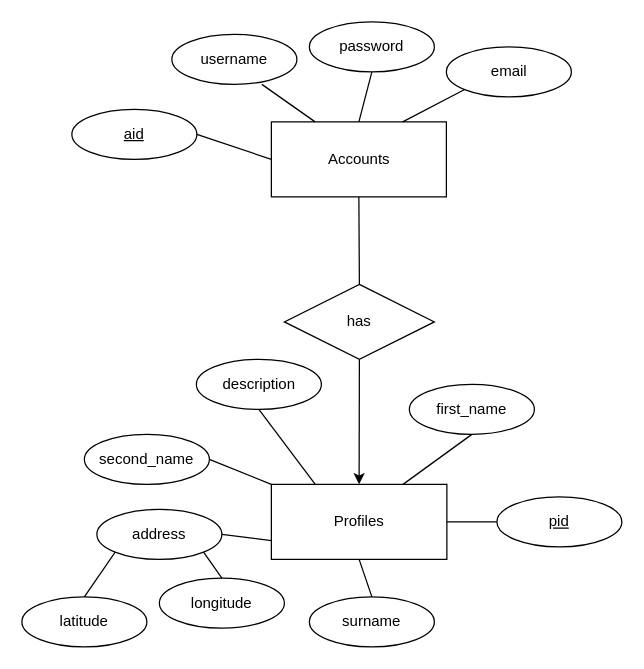
Above: resources/social-network/subsystems/users/users-er-scheme-db.drawio in franciscosbf/SocialNetwork (draw.io), before the change. Source tidied: cells renumbered, new cells numbered last; positions are measured from the earlier drawing's top-left corner, leaving out a move shared by most shapes. Both pictures are drawn from the tidied source at 125%, with x=0, y=0 at pixel (21, 21).
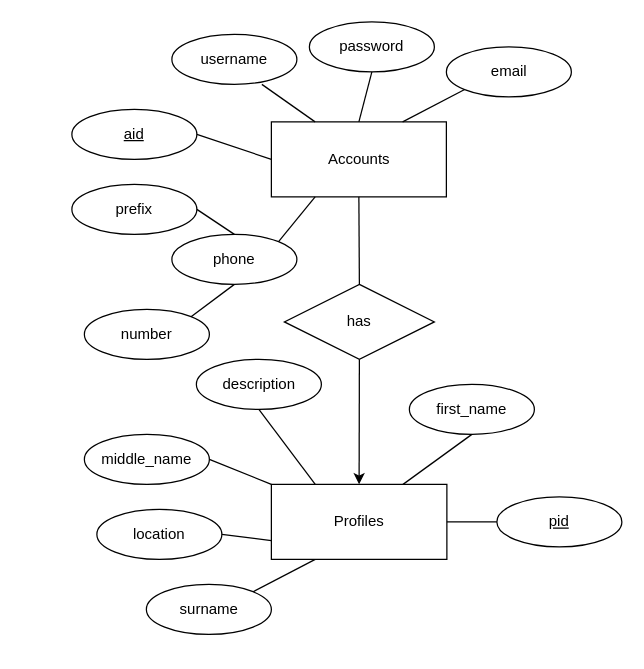
After the change.

The change refers to these unchanged cells:
```xml
<mxCell id="2" value="&lt;div&gt;Accounts&lt;/div&gt;" style="whiteSpace=wrap;html=1;align=center;" parent="1" vertex="1">
  <mxGeometry x="199.6" y="80" width="140" height="60" as="geometry" />
</mxCell>
<mxCell id="18" value="&lt;div&gt;Profiles&lt;/div&gt;" style="whiteSpace=wrap;html=1;align=center;" parent="1" vertex="1">
  <mxGeometry x="199.6" y="370" width="140.4" height="60" as="geometry" />
</mxCell>
```

The edit, as a diff of the source:
```diff
@@
-    <mxCell id="8" value="second_name" style="ellipse;whiteSpace=wrap;html=1;align=center;" parent="1" vertex="1">
+    <mxCell id="8" value="middle_name" style="ellipse;whiteSpace=wrap;html=1;align=center;" parent="1" vertex="1">
       <mxGeometry x="50" y="330" width="100" height="40" as="geometry" />
     </mxCell>
@@
     <mxCell id="10" value="&lt;div&gt;surname&lt;/div&gt;" style="ellipse;whiteSpace=wrap;html=1;align=center;" parent="1" vertex="1">
-      <mxGeometry x="230" y="460" width="100" height="40" as="geometry" />
+      <mxGeometry x="99.6" y="450" width="100" height="40" as="geometry" />
     </mxCell>
-    <mxCell id="11" style="endArrow=none;html=1;rounded=0;exitX=0.5;exitY=1;exitDx=0;exitDy=0;entryX=0.5;entryY=0;entryDx=0;entryDy=0;" parent="1" edge="1" source="18" target="10">
+    <mxCell id="11" style="endArrow=none;html=1;rounded=0;exitX=0.25;exitY=1;exitDx=0;exitDy=0;entryX=1;entryY=0;entryDx=0;entryDy=0;" parent="1" edge="1" source="18" target="10">
       <mxGeometry relative="1" as="geometry" />
     </mxCell>
@@
-    <mxCell id="16" value="latitude" style="ellipse;whiteSpace=wrap;html=1;align=center;" parent="1" vertex="1">
-      <mxGeometry y="460" width="100" height="40" as="geometry" />
-    </mxCell>
-    <mxCell id="17" value="&lt;div&gt;longitude&lt;/div&gt;" style="ellipse;whiteSpace=wrap;html=1;align=center;" parent="1" vertex="1">
-      <mxGeometry x="110" y="445" width="100" height="40" as="geometry" />
-    </mxCell>
@@
-    <mxCell id="19" value="address" style="ellipse;whiteSpace=wrap;html=1;align=center;" parent="1" vertex="1">
+    <mxCell id="19" value="location" style="ellipse;whiteSpace=wrap;html=1;align=center;" parent="1" vertex="1">
       <mxGeometry x="60" y="390" width="100" height="40" as="geometry" />
     </mxCell>
@@
-    <mxCell id="21" style="endArrow=none;html=1;rounded=0;exitX=0.5;exitY=0;exitDx=0;exitDy=0;entryX=1;entryY=1;entryDx=0;entryDy=0;" parent="1" edge="1" source="17" target="19">
-      <mxGeometry relative="1" as="geometry" />
-    </mxCell>
-    <mxCell id="22" style="endArrow=none;html=1;rounded=0;exitX=0.5;exitY=0;exitDx=0;exitDy=0;entryX=0;entryY=1;entryDx=0;entryDy=0;" parent="1" edge="1" source="16" target="19">
-      <mxGeometry relative="1" as="geometry" />
-    </mxCell>
@@
+    <mxCell id="31" value="prefix" style="ellipse;whiteSpace=wrap;html=1;align=center;" parent="1" vertex="1">
+      <mxGeometry x="40" y="130" width="100" height="40" as="geometry" />
+    </mxCell>
+    <mxCell id="32" value="number" style="ellipse;whiteSpace=wrap;html=1;align=center;" parent="1" vertex="1">
+      <mxGeometry x="50" y="230" width="100" height="40" as="geometry" />
+    </mxCell>
+    <mxCell id="33" style="endArrow=none;html=1;rounded=0;exitX=1;exitY=0;exitDx=0;exitDy=0;entryX=0.5;entryY=1;entryDx=0;entryDy=0;" parent="1" edge="1" source="32" target="35">
+      <mxGeometry relative="1" as="geometry" />
+    </mxCell>
+    <mxCell id="34" style="endArrow=none;html=1;rounded=0;exitX=1;exitY=0.5;exitDx=0;exitDy=0;entryX=0.5;entryY=0;entryDx=0;entryDy=0;" parent="1" edge="1" source="31" target="35">
+      <mxGeometry relative="1" as="geometry" />
+    </mxCell>
+    <mxCell id="35" value="&lt;div&gt;phone&lt;/div&gt;" style="ellipse;whiteSpace=wrap;html=1;align=center;" parent="1" vertex="1">
+      <mxGeometry x="120" y="170" width="100" height="40" as="geometry" />
+    </mxCell>
+    <mxCell id="36" style="endArrow=none;html=1;rounded=0;exitX=1;exitY=0;exitDx=0;exitDy=0;entryX=0.25;entryY=1;entryDx=0;entryDy=0;" parent="1" edge="1" source="35" target="2">
+      <mxGeometry relative="1" as="geometry" />
+    </mxCell>
```
